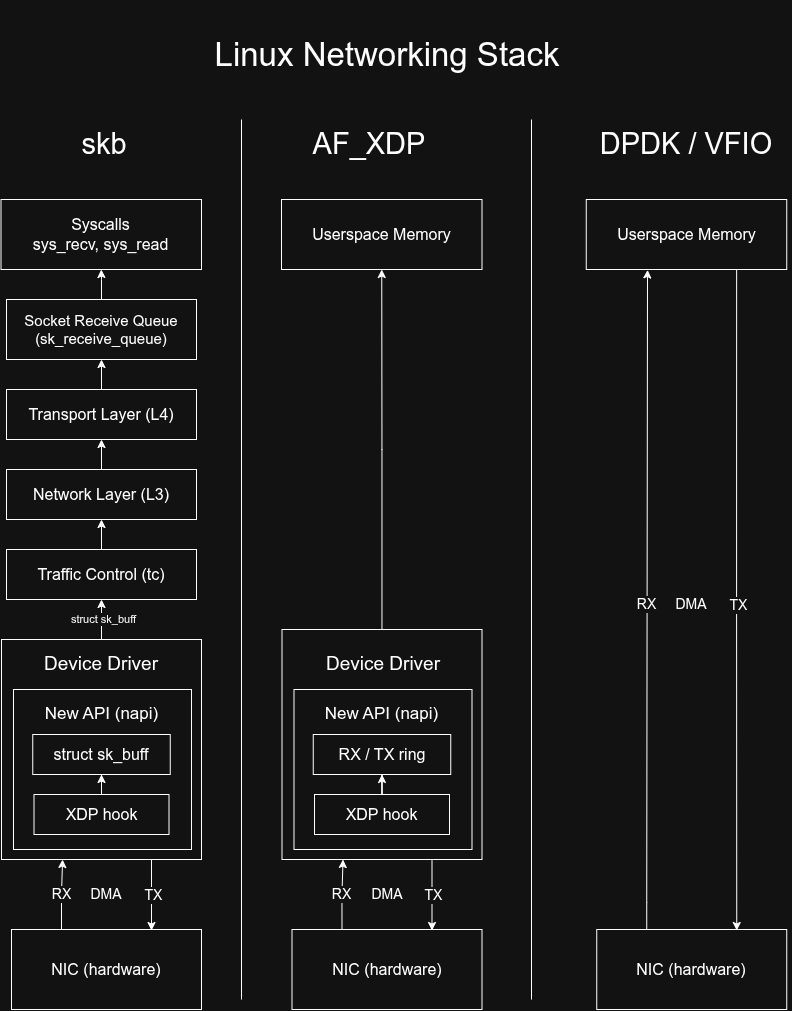
Above: images/linux-networking-stack.png in San7o/home-lab (draw.io), before the change. Source tidied: cells renumbered, new cells last; positions are measured from the earlier drawing's top-left corner, leaving out a move shared by most shapes.
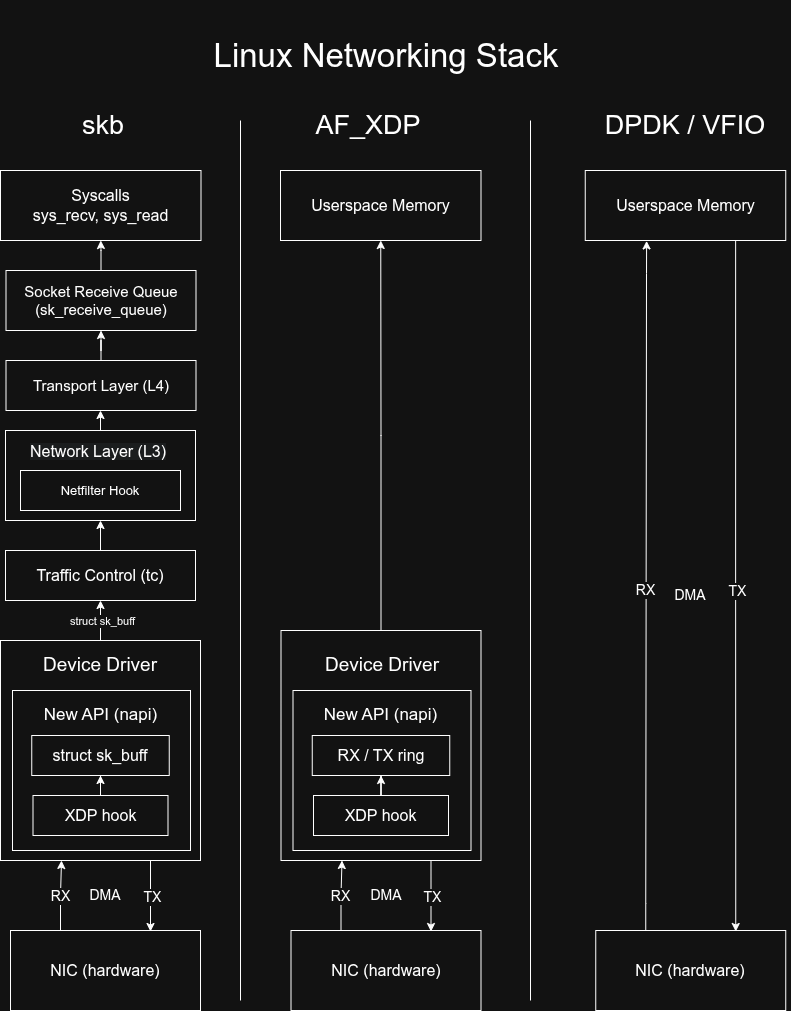
After the commit.

Commit message:
images: added netfilter to linux networking stack

Diff of the diagram source:
```diff
@@ -6,19 +6,19 @@
       <mxGeometry x="180.5" width="410" height="110" as="geometry" />
     </mxCell>
     <mxCell id="3" value="&lt;span&gt;Syscalls&lt;br&gt;sys_recv, sys_read&lt;/span&gt;" style="rounded=0;whiteSpace=wrap;html=1;fontSize=16;" parent="1" vertex="1">
-      <mxGeometry x="-0.5" y="200" width="200.5" height="70" as="geometry" />
+      <mxGeometry y="170" width="200.5" height="70" as="geometry" />
     </mxCell>
     <mxCell id="4" style="edgeStyle=orthogonalEdgeStyle;rounded=0;jettySize=auto;html=1;entryX=0.5;entryY=1;entryDx=0;entryDy=0;" parent="1" edge="1" source="5" target="27">
       <mxGeometry relative="1" as="geometry" />
     </mxCell>
-    <mxCell id="5" value="Transport Layer (L4)" style="rounded=0;whiteSpace=wrap;html=1;fontSize=16;" parent="1" vertex="1">
-      <mxGeometry x="5" y="390" width="190" height="50" as="geometry" />
+    <mxCell id="5" value="Transport Layer (L4)" style="rounded=0;whiteSpace=wrap;html=1;fontSize=15;" parent="1" vertex="1">
+      <mxGeometry x="5.5" y="360" width="190" height="50" as="geometry" />
     </mxCell>
     <mxCell id="6" style="edgeStyle=orthogonalEdgeStyle;rounded=0;jettySize=auto;html=1;entryX=0.5;entryY=1;entryDx=0;entryDy=0;" parent="1" edge="1" source="7" target="5">
       <mxGeometry relative="1" as="geometry" />
     </mxCell>
-    <mxCell id="7" value="Network Layer (L3)" style="rounded=0;whiteSpace=wrap;html=1;fontSize=16;" parent="1" vertex="1">
-      <mxGeometry x="5" y="470" width="190" height="50" as="geometry" />
+    <mxCell id="7" style="rounded=0;whiteSpace=wrap;html=1;fontSize=16;" parent="1" vertex="1">
+      <mxGeometry x="5" y="430" width="190" height="90" as="geometry" />
     </mxCell>
     <mxCell id="8" style="edgeStyle=orthogonalEdgeStyle;rounded=0;jettySize=auto;html=1;" parent="1" edge="1" source="10" target="15">
       <mxGeometry relative="1" as="geometry" />
@@ -76,8 +76,8 @@
     <mxCell id="20" value="DMA" style="text;html=1;whiteSpace=wrap;strokeColor=none;fillColor=none;align=center;verticalAlign=middle;rounded=0;fontSize=14;" parent="1" vertex="1">
       <mxGeometry x="75" y="880" width="60" height="30" as="geometry" />
     </mxCell>
-    <mxCell id="21" value="skb" style="text;html=1;whiteSpace=wrap;strokeColor=none;fillColor=none;align=center;verticalAlign=middle;rounded=0;fontSize=29;" parent="1" vertex="1">
-      <mxGeometry x="27.5" y="120" width="150" height="50" as="geometry" />
+    <mxCell id="21" value="skb" style="text;html=1;whiteSpace=wrap;strokeColor=none;fillColor=none;align=center;verticalAlign=middle;rounded=0;fontSize=27;" parent="1" vertex="1">
+      <mxGeometry x="27.5" y="100" width="150" height="50" as="geometry" />
     </mxCell>
     <mxCell id="22" style="edgeStyle=orthogonalEdgeStyle;rounded=0;jettySize=auto;html=1;entryX=0.5;entryY=1;entryDx=0;entryDy=0;" parent="1" edge="1" source="23" target="25">
       <mxGeometry relative="1" as="geometry" />
@@ -95,10 +95,10 @@
       <mxGeometry relative="1" as="geometry" />
     </mxCell>
     <mxCell id="27" value="Socket Receive Queue (sk_receive_queue)" style="rounded=0;whiteSpace=wrap;html=1;fontSize=15;" parent="1" vertex="1">
-      <mxGeometry x="5" y="300" width="190" height="60" as="geometry" />
+      <mxGeometry x="5.5" y="270" width="190" height="60" as="geometry" />
     </mxCell>
-    <mxCell id="28" value="AF_XDP" style="text;html=1;whiteSpace=wrap;strokeColor=none;fillColor=none;align=center;verticalAlign=middle;rounded=0;fontSize=29;" parent="1" vertex="1">
-      <mxGeometry x="292.5" y="120" width="150" height="50" as="geometry" />
+    <mxCell id="28" value="AF_XDP" style="text;html=1;whiteSpace=wrap;strokeColor=none;fillColor=none;align=center;verticalAlign=middle;rounded=0;fontSize=27;" parent="1" vertex="1">
+      <mxGeometry x="292.5" y="100" width="150" height="50" as="geometry" />
     </mxCell>
     <mxCell id="29" style="endArrow=none;html=1;rounded=0;" parent="1" edge="1">
       <mxGeometry relative="1" as="geometry">
@@ -107,7 +107,7 @@
       </mxGeometry>
     </mxCell>
     <mxCell id="30" value="Userspace Memory" style="rounded=0;whiteSpace=wrap;html=1;fontSize=16;" parent="1" vertex="1">
-      <mxGeometry x="280" y="200" width="200.5" height="70" as="geometry" />
+      <mxGeometry x="280" y="170" width="200.5" height="70" as="geometry" />
     </mxCell>
     <mxCell id="31" style="edgeStyle=orthogonalEdgeStyle;rounded=0;jettySize=auto;html=1;entryX=0.5;entryY=1;entryDx=0;entryDy=0;" parent="1" edge="1" source="32" target="30">
       <mxGeometry relative="1" as="geometry" />
@@ -166,8 +166,8 @@
     <mxCell id="44" value="RX / TX ring" style="rounded=0;whiteSpace=wrap;html=1;fontSize=16;" parent="1" vertex="1">
       <mxGeometry x="311.8" y="735" width="137.5" height="40" as="geometry" />
     </mxCell>
-    <mxCell id="45" value="DPDK / VFIO" style="text;html=1;whiteSpace=wrap;strokeColor=none;fillColor=none;align=center;verticalAlign=middle;rounded=0;fontSize=29;" parent="1" vertex="1">
-      <mxGeometry x="580" y="120" width="210" height="50" as="geometry" />
+    <mxCell id="45" value="DPDK / VFIO" style="text;html=1;whiteSpace=wrap;strokeColor=none;fillColor=none;align=center;verticalAlign=middle;rounded=0;fontSize=27;" parent="1" vertex="1">
+      <mxGeometry x="580" y="100" width="210" height="50" as="geometry" />
     </mxCell>
     <mxCell id="46" style="endArrow=none;html=1;rounded=0;" parent="1" edge="1">
       <mxGeometry relative="1" as="geometry">
@@ -176,7 +176,7 @@
       </mxGeometry>
     </mxCell>
     <mxCell id="47" value="Userspace Memory" style="rounded=0;whiteSpace=wrap;html=1;fontSize=16;" parent="1" vertex="1">
-      <mxGeometry x="584.8" y="200" width="200.5" height="70" as="geometry" />
+      <mxGeometry x="584.8" y="170" width="200.5" height="70" as="geometry" />
     </mxCell>
     <mxCell id="48" style="edgeStyle=orthogonalEdgeStyle;rounded=0;jettySize=auto;html=1;entryX=0.306;entryY=1.006;entryDx=0;entryDy=0;entryPerimeter=0;" parent="1" edge="1" target="47">
       <mxGeometry relative="1" as="geometry">
@@ -206,7 +206,13 @@
       <mxGeometry x="0.01" y="1" relative="1" as="geometry" />
     </mxCell>
     <mxCell id="53" value="DMA" style="text;html=1;whiteSpace=wrap;strokeColor=none;fillColor=none;align=center;verticalAlign=middle;rounded=0;fontSize=14;" parent="1" vertex="1">
-      <mxGeometry x="660.2" y="590" width="60" height="30" as="geometry" />
+      <mxGeometry x="660.2" y="580" width="60" height="30" as="geometry" />
     </mxCell>
+    <mxCell id="54" value="&lt;span style=&quot;color: rgb(255, 255, 255); font-family: Helvetica; font-size: 16px; font-style: normal; font-variant-ligatures: normal; font-variant-caps: normal; font-weight: 400; letter-spacing: normal; orphans: 2; text-align: center; text-indent: 0px; text-transform: none; widows: 2; word-spacing: 0px; -webkit-text-stroke-width: 0px; white-space: normal; background-color: rgb(27, 29, 30); text-decoration-thickness: initial; text-decoration-style: initial; text-decoration-color: initial; display: inline !important; float: none;&quot;&gt;Network Layer (L3)&lt;/span&gt;" style="text;html=1;whiteSpace=wrap;strokeColor=none;fillColor=none;align=center;verticalAlign=middle;rounded=0;" parent="1" vertex="1">
+      <mxGeometry x="17.5" y="436" width="160" height="30" as="geometry" />
+    </mxCell>
+    <mxCell id="55" value="Netfilter Hook" style="rounded=0;whiteSpace=wrap;html=1;fontSize=13;" parent="1" vertex="1">
+      <mxGeometry x="20" y="470" width="160" height="40" as="geometry" />
+    </mxCell>
   </root>
 </mxGraphModel>
```
